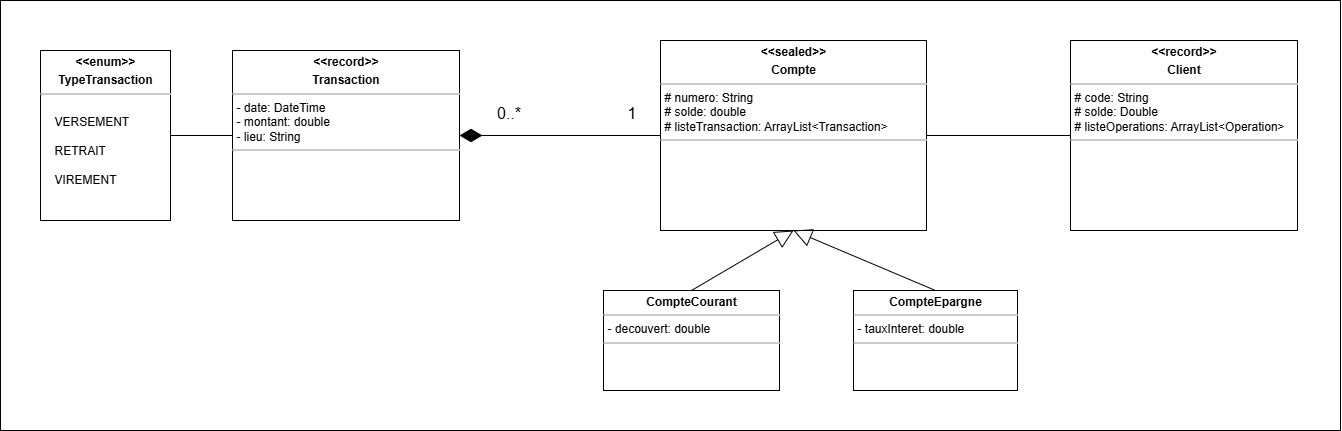
This is uml/Class.png from theshamkhi/BankV2, a draw.io export, as it was before one commit. Source tidied: cells renumbered, new cells last; positions are measured from the earlier drawing's top-left corner, leaving out a move shared by most shapes.
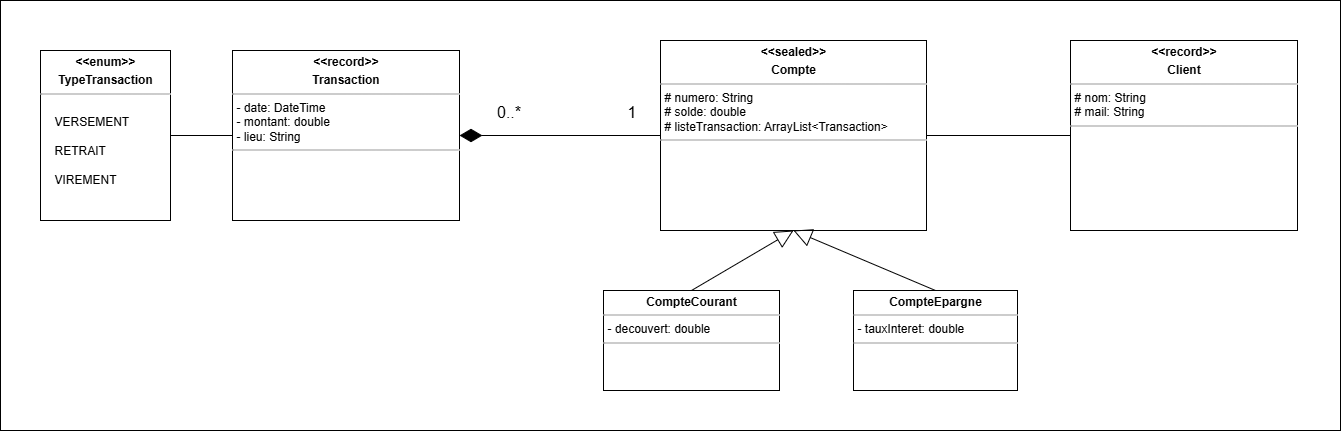
After the commit.

Commit message:
NEW; Created UML class diagram

What changed in the source:
```diff
@@ -57,7 +57,7 @@
     <mxCell id="16" style="endArrow=none;html=1;rounded=0;entryX=1;entryY=0.5;entryDx=0;entryDy=0;" parent="1" edge="1" source="6" target="15">
       <mxGeometry relative="1" as="geometry" />
     </mxCell>
-    <mxCell id="17" value="&lt;p style=&quot;margin:0px;margin-top:4px;text-align:center;&quot;&gt;&lt;b style=&quot;background-color: transparent; color: light-dark(rgb(0, 0, 0), rgb(255, 255, 255));&quot;&gt;&amp;lt;&amp;lt;record&amp;gt;&amp;gt;&lt;/b&gt;&lt;/p&gt;&lt;p style=&quot;margin:0px;margin-top:4px;text-align:center;&quot;&gt;&lt;b&gt;Client&lt;/b&gt;&lt;/p&gt;&lt;hr size=&quot;1&quot;&gt;&lt;p style=&quot;margin: 0px 0px 0px 4px;&quot;&gt;#&amp;nbsp;&lt;span style=&quot;background-color: transparent;&quot;&gt;code: String&lt;/span&gt;&lt;/p&gt;&lt;p style=&quot;margin: 0px 0px 0px 4px;&quot;&gt;&lt;span style=&quot;background-color: transparent;&quot;&gt;# solde: Double&lt;/span&gt;&lt;/p&gt;&lt;p style=&quot;margin: 0px 0px 0px 4px;&quot;&gt;&lt;span style=&quot;background-color: transparent;&quot;&gt;# listeOperations:&amp;nbsp;&lt;/span&gt;&lt;span style=&quot;background-color: transparent;&quot;&gt;ArrayList&amp;lt;Operation&amp;gt;&lt;/span&gt;&lt;br&gt;&lt;/p&gt;&lt;hr size=&quot;1&quot;&gt;&lt;p style=&quot;margin:0px;margin-left:4px;&quot;&gt;&lt;br&gt;&lt;/p&gt;" style="verticalAlign=top;align=left;overflow=fill;fontSize=12;fontFamily=Helvetica;html=1;rounded=0;shadow=0;comic=0;labelBackgroundColor=none;strokeWidth=1;" parent="1" vertex="1">
+    <mxCell id="17" value="&lt;p style=&quot;margin:0px;margin-top:4px;text-align:center;&quot;&gt;&lt;b style=&quot;background-color: transparent; color: light-dark(rgb(0, 0, 0), rgb(255, 255, 255));&quot;&gt;&amp;lt;&amp;lt;record&amp;gt;&amp;gt;&lt;/b&gt;&lt;/p&gt;&lt;p style=&quot;margin:0px;margin-top:4px;text-align:center;&quot;&gt;&lt;b&gt;Client&lt;/b&gt;&lt;/p&gt;&lt;hr size=&quot;1&quot;&gt;&lt;p style=&quot;margin: 0px 0px 0px 4px;&quot;&gt;# nom&lt;span style=&quot;background-color: transparent;&quot;&gt;: String&lt;/span&gt;&lt;/p&gt;&lt;p style=&quot;margin: 0px 0px 0px 4px;&quot;&gt;&lt;span style=&quot;background-color: transparent;&quot;&gt;# mail: String&lt;/span&gt;&lt;/p&gt;&lt;hr size=&quot;1&quot;&gt;&lt;p style=&quot;margin:0px;margin-left:4px;&quot;&gt;&lt;br&gt;&lt;/p&gt;" style="verticalAlign=top;align=left;overflow=fill;fontSize=12;fontFamily=Helvetica;html=1;rounded=0;shadow=0;comic=0;labelBackgroundColor=none;strokeWidth=1;" parent="1" vertex="1">
       <mxGeometry x="1070" y="40" width="227" height="190" as="geometry" />
     </mxCell>
     <mxCell id="18" style="endArrow=none;html=1;rounded=0;entryX=0;entryY=0.5;entryDx=0;entryDy=0;exitX=1;exitY=0.5;exitDx=0;exitDy=0;" parent="1" edge="1" source="7" target="17">
```
